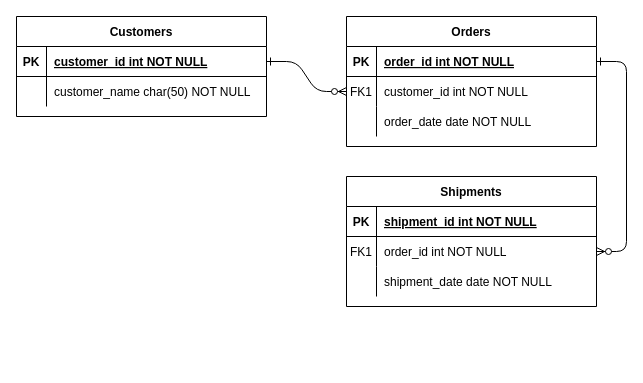
This is ERD.drawio from Thivya1498/SCADA-ENERGY-METER-SYSTEM, a draw.io file, before an edit. Source tidied: cells renumbered, new cells numbered last; positions are measured from the earlier drawing's top-left corner, leaving out a move shared by most shapes. Both pictures are drawn from the tidied source at 100%, with x=0, y=0 at pixel (16, 16).
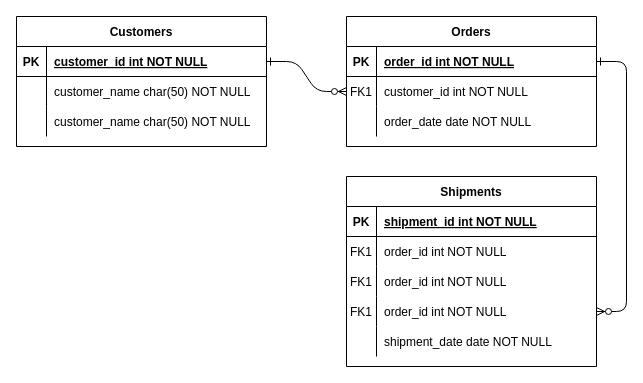
The same diagram, later.

Change to the diagram source:
```diff
@@
     <mxCell id="14" value="Shipments" style="shape=table;startSize=30;childLayout=tableLayout;rowLines=0;fontStyle=1;align=center;" parent="1" vertex="1">
-      <mxGeometry x="330" y="160" width="250" height="130" as="geometry" />
+      <mxGeometry x="330" y="160" width="250" height="190" as="geometry" />
     </mxCell>
@@
+    <mxCell id="31" style="shape=partialRectangle;fillColor=none;top=0;left=0;right=0;bottom=0;" parent="14" vertex="1">
+      <mxGeometry y="60" width="250" height="30" as="geometry" />
+    </mxCell>
+    <mxCell id="32" value="FK1" style="shape=partialRectangle;overflow=hidden;fillColor=none;top=0;left=0;bottom=0;right=0;" parent="31" vertex="1">
+      <mxGeometry width="30" height="30" as="geometry" />
+    </mxCell>
+    <mxCell id="33" value="order_id int NOT NULL" style="shape=partialRectangle;overflow=hidden;fillColor=none;top=0;left=0;bottom=0;right=0;align=left;spacingLeft=6;" parent="31" vertex="1">
+      <mxGeometry x="30" width="220" height="30" as="geometry" />
+    </mxCell>
+    <mxCell id="34" style="shape=partialRectangle;fillColor=none;top=0;left=0;right=0;bottom=0;" parent="14" vertex="1">
+      <mxGeometry y="90" width="250" height="30" as="geometry" />
+    </mxCell>
+    <mxCell id="35" value="FK1" style="shape=partialRectangle;overflow=hidden;fillColor=none;top=0;left=0;bottom=0;right=0;" parent="34" vertex="1">
+      <mxGeometry width="30" height="30" as="geometry" />
+    </mxCell>
+    <mxCell id="36" value="order_id int NOT NULL" style="shape=partialRectangle;overflow=hidden;fillColor=none;top=0;left=0;bottom=0;right=0;align=left;spacingLeft=6;" parent="34" vertex="1">
+      <mxGeometry x="30" width="220" height="30" as="geometry" />
+    </mxCell>
     <mxCell id="18" style="shape=partialRectangle;fillColor=none;points=[[0,0.5],[1,0.5]];portConstraint=eastwest;top=0;left=0;right=0;bottom=0;" parent="14" vertex="1">
-      <mxGeometry y="60" width="250" height="30" as="geometry" />
+      <mxGeometry y="120" width="250" height="30" as="geometry" />
     </mxCell>
@@
     <mxCell id="21" style="shape=partialRectangle;fillColor=none;top=0;left=0;right=0;bottom=0;" parent="14" vertex="1">
-      <mxGeometry y="90" width="250" height="30" as="geometry" />
+      <mxGeometry y="150" width="250" height="30" as="geometry" />
     </mxCell>
@@
     <mxCell id="24" value="Customers" style="shape=table;startSize=30;childLayout=tableLayout;rowLines=0;fontStyle=1;align=center;" parent="1" vertex="1">
-      <mxGeometry width="250" height="100" as="geometry" />
+      <mxGeometry width="250" height="130" as="geometry" />
     </mxCell>
@@
+    <mxCell id="37" style="shape=partialRectangle;fillColor=none;top=0;left=0;right=0;bottom=0;" parent="24" vertex="1">
+      <mxGeometry y="60" width="250" height="30" as="geometry" />
+    </mxCell>
+    <mxCell id="38" style="shape=partialRectangle;overflow=hidden;fillColor=none;top=0;left=0;bottom=0;right=0;" parent="37" vertex="1">
+      <mxGeometry width="30" height="30" as="geometry" />
+    </mxCell>
+    <mxCell id="39" value="customer_name char(50) NOT NULL" style="shape=partialRectangle;overflow=hidden;fillColor=none;top=0;left=0;bottom=0;right=0;align=left;spacingLeft=6;" parent="37" vertex="1">
+      <mxGeometry x="30" width="220" height="30" as="geometry" />
+    </mxCell>
     <mxCell id="28" style="shape=partialRectangle;fillColor=none;top=0;left=0;right=0;bottom=0;" parent="24" vertex="1">
-      <mxGeometry y="60" width="250" height="30" as="geometry" />
+      <mxGeometry y="90" width="250" height="30" as="geometry" />
     </mxCell>
```
